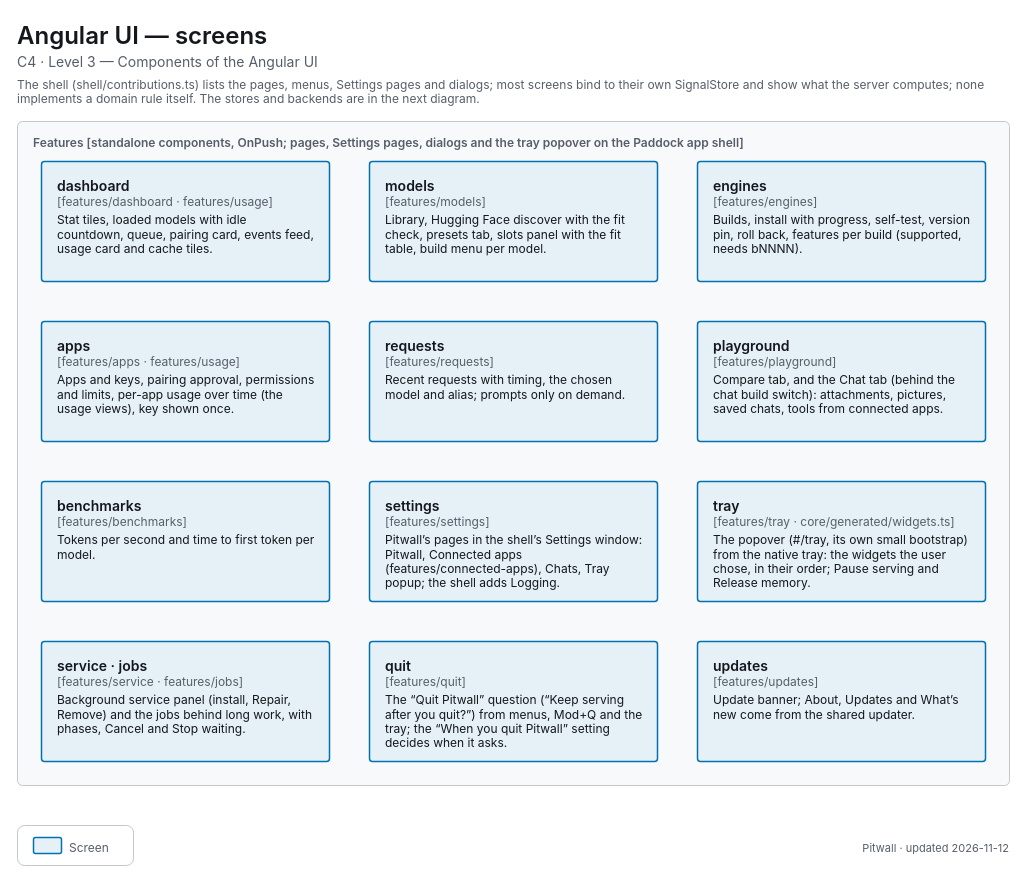
decryp7/paddock keeps this draw.io diagram as apps/pitwall/docs/diagrams/c4-3-ui-features.drawio. Above is the earlier version. Source tidied: cells renumbered, new cells numbered last; positions are measured from the earlier drawing's top-left corner, leaving out a move shared by most shapes. Both pictures are drawn from the tidied source at 100%, with x=0, y=0 at pixel (17, 17).
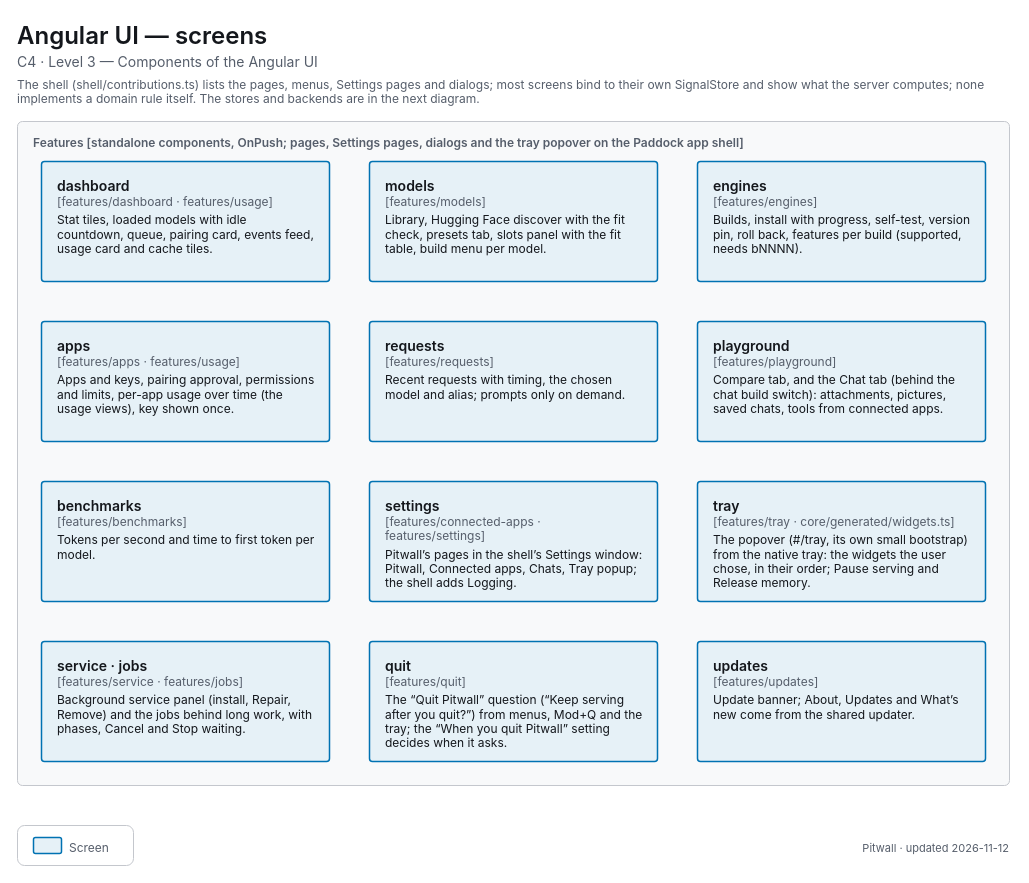
Above is the later version.

Commit message (it also covers changes not shown here):
test(pitwall): c43 check reads the panels' tech lines and follows one level of imports

What changed in the source:
```diff
@@
-    <mxCell id="13" value="&lt;span style=&quot;font-size:14px;font-weight:600&quot;&gt;settings&lt;/span&gt;&lt;br&gt;&lt;span style=&quot;font-size:12px;color:light-dark(#565E6B,#A0A7B2)&quot;&gt;[features/settings]&lt;/span&gt;&lt;br&gt;&lt;div style=&quot;margin-top:4px;font-size:12px&quot;&gt;Pitwall’s pages in the shell’s Settings window: Pitwall, Connected apps (features/connected-apps), Chats, Tray popup; the shell adds Logging.&lt;/div&gt;" style="html=1;whiteSpace=wrap;fontFamily=-apple-system,BlinkMacSystemFont,Segoe UI,system-ui,sans-serif;fontSize=12;fontColor=light-dark(#14171C,#ECEEF1);rounded=1;absoluteArcSize=1;arcSize=6;strokeWidth=1.5;strokeColor=light-dark(#0072B2,#56B4E9);fillColor=light-dark(#E6F1F7,#1F303C);align=left;verticalAlign=top;spacingLeft=14;spacingRight=14;spacingTop=10;spacingBottom=8;" parent="1" vertex="1">
+    <mxCell id="13" value="&lt;span style=&quot;font-size:14px;font-weight:600&quot;&gt;settings&lt;/span&gt;&lt;br&gt;&lt;span style=&quot;font-size:12px;color:light-dark(#565E6B,#A0A7B2)&quot;&gt;[features/connected-apps · features/settings]&lt;/span&gt;&lt;br&gt;&lt;div style=&quot;margin-top:4px;font-size:12px&quot;&gt;Pitwall’s pages in the shell’s Settings window: Pitwall, Connected apps, Chats, Tray popup; the shell adds Logging.&lt;/div&gt;" style="html=1;whiteSpace=wrap;fontFamily=-apple-system,BlinkMacSystemFont,Segoe UI,system-ui,sans-serif;fontSize=12;fontColor=light-dark(#14171C,#ECEEF1);rounded=1;absoluteArcSize=1;arcSize=6;strokeWidth=1.5;strokeColor=light-dark(#0072B2,#56B4E9);fillColor=light-dark(#E6F1F7,#1F303C);align=left;verticalAlign=top;spacingLeft=14;spacingRight=14;spacingTop=10;spacingBottom=8;" parent="1" vertex="1">
       <mxGeometry x="352" y="464" width="288" height="120" as="geometry" />
     </mxCell>
```
